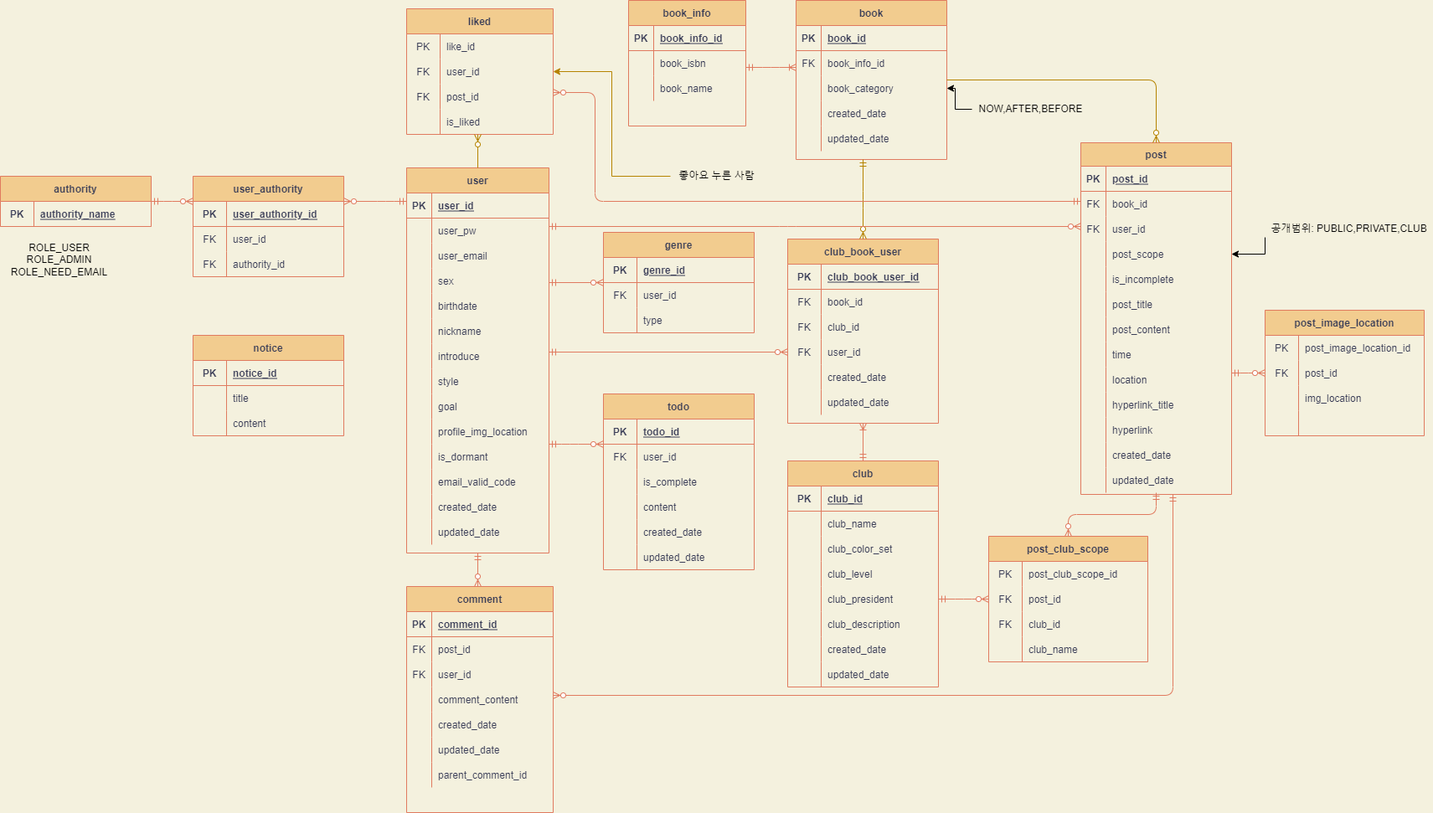
Earlier version of the draw.io export mangpoERD.png (CYC0227/mangpo-ERD). Source tidied: cells renumbered, new cells last; positions are measured from the earlier drawing's top-left corner, leaving out a move shared by most shapes.
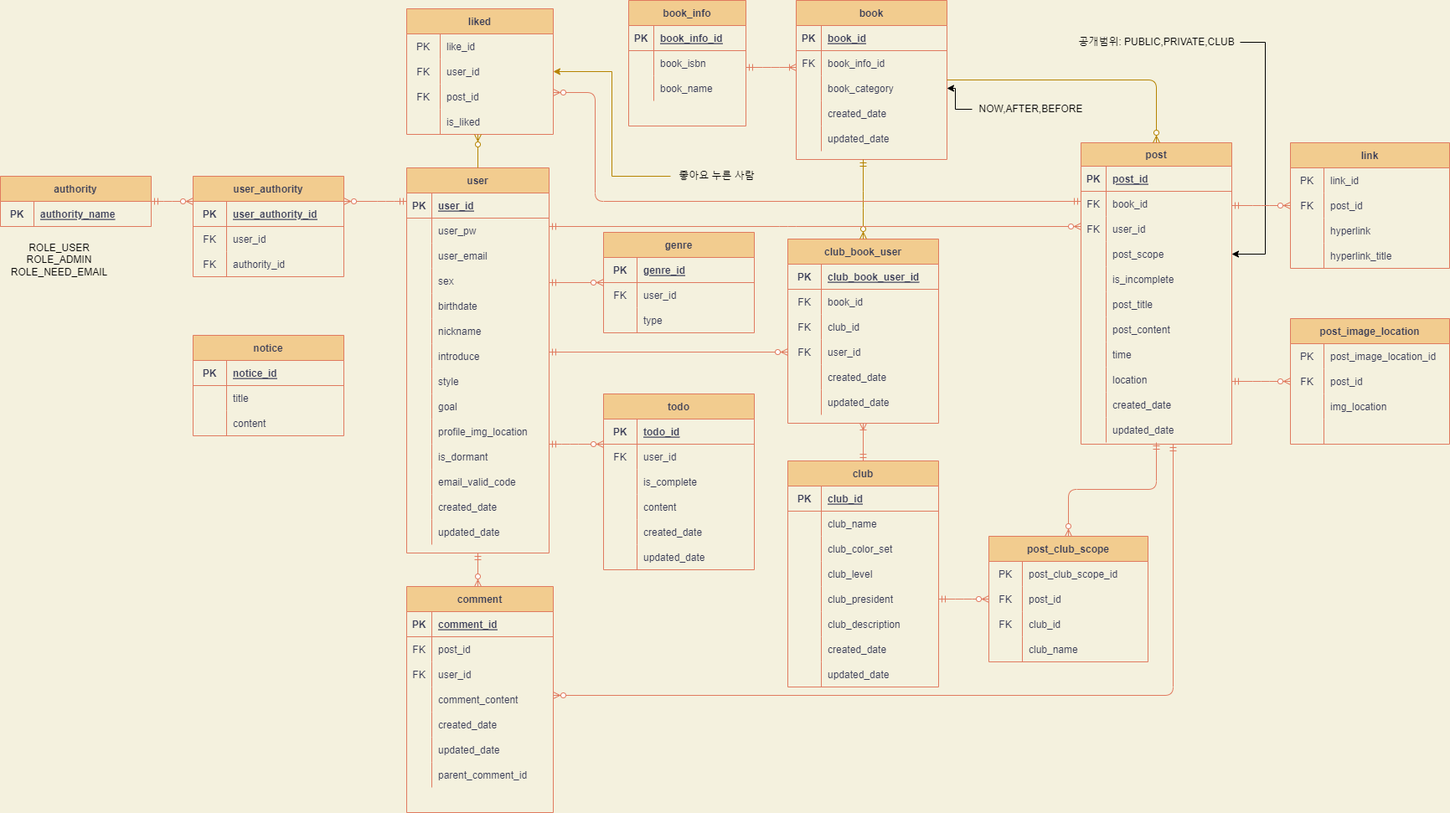
Above is the later version.

Change to the diagram source:
```diff
@@ -132,7 +132,7 @@
       <mxGeometry x="30" width="140" height="30" as="geometry" />
     </mxCell>
     <mxCell id="45" value="post" style="shape=table;startSize=28;rowLines=0;fontStyle=1;align=center;fillColor=#F2CC8F;strokeColor=#E07A5F;fontColor=#393C56;" parent="1" vertex="1">
-      <mxGeometry x="1290" y="170" width="180" height="420" as="geometry" />
+      <mxGeometry x="1290" y="170" width="180" height="360" as="geometry" />
     </mxCell>
     <mxCell id="46" style="shape=partialRectangle;fillColor=none;top=0;left=0;bottom=1;right=0;strokeColor=#E07A5F;fontColor=#393C56;" parent="45" vertex="1">
       <mxGeometry y="28" width="180" height="30" as="geometry" />
@@ -215,26 +215,8 @@
     <mxCell id="72" value="location" style="shape=partialRectangle;fillColor=none;top=0;left=0;bottom=0;right=0;align=left;spacingLeft=6;overflow=hidden;strokeColor=#E07A5F;fontColor=#393C56;" parent="70" vertex="1">
       <mxGeometry x="30" width="150" height="30" as="geometry" />
     </mxCell>
-    <mxCell id="73" style="shape=partialRectangle;fillColor=none;top=0;left=0;bottom=0;right=0;strokeColor=#E07A5F;fontColor=#393C56;" parent="45" vertex="1">
-      <mxGeometry y="298" width="180" height="30" as="geometry" />
-    </mxCell>
-    <mxCell id="74" style="shape=partialRectangle;fillColor=none;top=0;left=0;bottom=0;right=0;overflow=hidden;strokeColor=#E07A5F;fontColor=#393C56;" parent="73" vertex="1">
-      <mxGeometry width="30" height="30" as="geometry" />
-    </mxCell>
-    <mxCell id="75" value="hyperlink_title" style="shape=partialRectangle;fillColor=none;top=0;left=0;bottom=0;right=0;align=left;spacingLeft=6;overflow=hidden;strokeColor=#E07A5F;fontColor=#393C56;" parent="73" vertex="1">
-      <mxGeometry x="30" width="150" height="30" as="geometry" />
-    </mxCell>
-    <mxCell id="76" style="shape=partialRectangle;fillColor=none;top=0;left=0;bottom=0;right=0;strokeColor=#E07A5F;fontColor=#393C56;" parent="45" vertex="1">
-      <mxGeometry y="328" width="180" height="30" as="geometry" />
-    </mxCell>
-    <mxCell id="77" style="shape=partialRectangle;fillColor=none;top=0;left=0;bottom=0;right=0;overflow=hidden;strokeColor=#E07A5F;fontColor=#393C56;" parent="76" vertex="1">
-      <mxGeometry width="30" height="30" as="geometry" />
-    </mxCell>
-    <mxCell id="78" value="hyperlink" style="shape=partialRectangle;fillColor=none;top=0;left=0;bottom=0;right=0;align=left;spacingLeft=6;overflow=hidden;strokeColor=#E07A5F;fontColor=#393C56;" parent="76" vertex="1">
-      <mxGeometry x="30" width="150" height="30" as="geometry" />
-    </mxCell>
     <mxCell id="79" style="shape=partialRectangle;fillColor=none;top=0;left=0;bottom=0;right=0;strokeColor=#E07A5F;fontColor=#393C56;" parent="45" vertex="1">
-      <mxGeometry y="358" width="180" height="30" as="geometry" />
+      <mxGeometry y="298" width="180" height="30" as="geometry" />
     </mxCell>
     <mxCell id="80" style="shape=partialRectangle;fillColor=none;top=0;left=0;bottom=0;right=0;overflow=hidden;strokeColor=#E07A5F;fontColor=#393C56;" parent="79" vertex="1">
       <mxGeometry width="30" height="30" as="geometry" />
@@ -243,7 +225,7 @@
       <mxGeometry x="30" width="150" height="30" as="geometry" />
     </mxCell>
     <mxCell id="82" style="shape=partialRectangle;fillColor=none;top=0;left=0;bottom=0;right=0;points=[[0,0.5],[1,0.5]];portConstraint=eastwest;strokeColor=#E07A5F;fontColor=#393C56;" parent="45" vertex="1">
-      <mxGeometry y="388" width="180" height="30" as="geometry" />
+      <mxGeometry y="328" width="180" height="30" as="geometry" />
     </mxCell>
     <mxCell id="83" style="shape=partialRectangle;fillColor=none;top=0;left=0;bottom=0;right=0;overflow=hidden;strokeColor=#E07A5F;fontColor=#393C56;" parent="82" vertex="1">
       <mxGeometry width="30" height="30" as="geometry" />
@@ -610,7 +592,7 @@
       </mxGeometry>
     </mxCell>
     <mxCell id="192" value="공개범위: PUBLIC,PRIVATE,CLUB" style="text;html=1;align=center;verticalAlign=middle;points=[];strokeColor=none;" parent="1" vertex="1">
-      <mxGeometry x="1510" y="263" width="200" height="20" as="geometry" />
+      <mxGeometry x="1280" y="40" width="200" height="20" as="geometry" />
     </mxCell>
     <mxCell id="193" style="edgeStyle=orthogonalEdgeStyle;fontSize=12;html=1;endArrow=ERzeroToMany;startArrow=ERmandOne;strokeColor=#E07A5F;fontColor=#393C56;labelBackgroundColor=#F4F1DE;entryX=1;entryY=0.333;entryDx=0;entryDy=0;entryPerimeter=0;elbow=vertical;" parent="1" edge="1" source="45">
       <mxGeometry relative="1" as="geometry">
@@ -667,7 +649,7 @@
       <mxGeometry relative="1" as="geometry" />
     </mxCell>
     <mxCell id="209" value="post_image_location" style="shape=table;startSize=30;rowLines=0;fontStyle=1;align=center;fillColor=#F2CC8F;strokeColor=#E07A5F;fontColor=#393C56;" parent="1" vertex="1">
-      <mxGeometry x="1510" y="370" width="190" height="150" as="geometry" />
+      <mxGeometry x="1540" y="380" width="190" height="150" as="geometry" />
     </mxCell>
     <mxCell id="210" style="shape=partialRectangle;fillColor=none;top=0;left=0;bottom=0;right=0;strokeColor=#E07A5F;fontColor=#393C56;" parent="209" vertex="1">
       <mxGeometry y="30" width="190" height="30" as="geometry" />
@@ -934,5 +916,47 @@
         </Array>
       </mxGeometry>
     </mxCell>
+    <mxCell id="293" value="link" style="shape=table;startSize=30;rowLines=0;fontStyle=1;align=center;fillColor=#F2CC8F;strokeColor=#E07A5F;fontColor=#393C56;" parent="1" vertex="1">
+      <mxGeometry x="1540" y="170" width="190" height="150" as="geometry" />
+    </mxCell>
+    <mxCell id="294" style="shape=partialRectangle;fillColor=none;top=0;left=0;bottom=0;right=0;strokeColor=#E07A5F;fontColor=#393C56;" parent="293" vertex="1">
+      <mxGeometry y="30" width="190" height="30" as="geometry" />
+    </mxCell>
+    <mxCell id="295" value="PK" style="shape=partialRectangle;fillColor=none;top=0;left=0;bottom=0;right=0;overflow=hidden;strokeColor=#E07A5F;fontColor=#393C56;" parent="294" vertex="1">
+      <mxGeometry width="40" height="30" as="geometry" />
+    </mxCell>
+    <mxCell id="296" value="link_id" style="shape=partialRectangle;fillColor=none;top=0;left=0;bottom=0;right=0;align=left;spacingLeft=6;overflow=hidden;strokeColor=#E07A5F;fontColor=#393C56;" parent="294" vertex="1">
+      <mxGeometry x="40" width="150" height="30" as="geometry" />
+    </mxCell>
+    <mxCell id="297" style="shape=partialRectangle;fillColor=none;top=0;left=0;bottom=0;right=0;strokeColor=#E07A5F;fontColor=#393C56;" parent="293" vertex="1">
+      <mxGeometry y="60" width="190" height="30" as="geometry" />
+    </mxCell>
+    <mxCell id="298" value="FK" style="shape=partialRectangle;fillColor=none;top=0;left=0;bottom=0;right=0;overflow=hidden;strokeColor=#E07A5F;fontColor=#393C56;" parent="297" vertex="1">
+      <mxGeometry width="40" height="30" as="geometry" />
+    </mxCell>
+    <mxCell id="299" value="post_id" style="shape=partialRectangle;fillColor=none;top=0;left=0;bottom=0;right=0;align=left;spacingLeft=6;overflow=hidden;strokeColor=#E07A5F;fontColor=#393C56;" parent="297" vertex="1">
+      <mxGeometry x="40" width="150" height="30" as="geometry" />
+    </mxCell>
+    <mxCell id="300" style="shape=partialRectangle;fillColor=none;top=0;left=0;bottom=0;right=0;strokeColor=#E07A5F;fontColor=#393C56;" parent="293" vertex="1">
+      <mxGeometry y="90" width="190" height="30" as="geometry" />
+    </mxCell>
+    <mxCell id="301" style="shape=partialRectangle;fillColor=none;top=0;left=0;bottom=0;right=0;overflow=hidden;strokeColor=#E07A5F;fontColor=#393C56;" parent="300" vertex="1">
+      <mxGeometry width="40" height="30" as="geometry" />
+    </mxCell>
+    <mxCell id="78" value="hyperlink" style="shape=partialRectangle;fillColor=none;top=0;left=0;bottom=0;right=0;align=left;spacingLeft=6;overflow=hidden;strokeColor=#E07A5F;fontColor=#393C56;" parent="300" vertex="1">
+      <mxGeometry x="40" width="150" height="30" as="geometry" />
+    </mxCell>
+    <mxCell id="302" style="shape=partialRectangle;fillColor=none;top=0;left=0;bottom=0;right=0;strokeColor=#E07A5F;fontColor=#393C56;" parent="293" vertex="1">
+      <mxGeometry y="120" width="190" height="30" as="geometry" />
+    </mxCell>
+    <mxCell id="303" style="shape=partialRectangle;fillColor=none;top=0;left=0;bottom=0;right=0;overflow=hidden;strokeColor=#E07A5F;fontColor=#393C56;" parent="302" vertex="1">
+      <mxGeometry width="40" height="30" as="geometry" />
+    </mxCell>
+    <mxCell id="75" value="hyperlink_title" style="shape=partialRectangle;fillColor=none;top=0;left=0;bottom=0;right=0;align=left;spacingLeft=6;overflow=hidden;strokeColor=#E07A5F;fontColor=#393C56;" parent="302" vertex="1">
+      <mxGeometry x="40" width="150" height="30" as="geometry" />
+    </mxCell>
+    <mxCell id="304" style="edgeStyle=elbowEdgeStyle;fontSize=12;html=1;endArrow=ERzeroToMany;startArrow=ERmandOne;strokeColor=#E07A5F;fontColor=#393C56;labelBackgroundColor=#F4F1DE;elbow=vertical;" parent="1" edge="1" source="45" target="293">
+      <mxGeometry relative="1" as="geometry" />
+    </mxCell>
   </root>
 </mxGraphModel>
```
